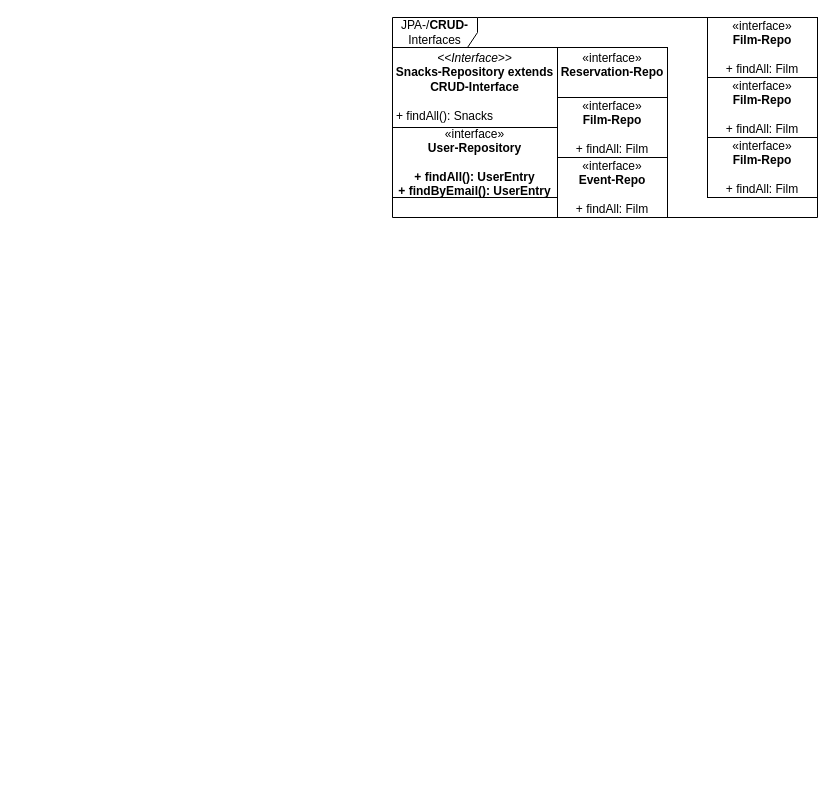
Before: src/main/asciidoc/models/design/packagediagramm/PackageDiagram.drawio in Leonard0108/Anwendungsprogrammierung, a draw.io diagram. Source tidied: cells renumbered, new cells numbered last; positions are measured from the earlier drawing's top-left corner, leaving out a move shared by most shapes. Both pictures are drawn from the tidied source at 100%, with x=0, y=0 at pixel (392, 17).
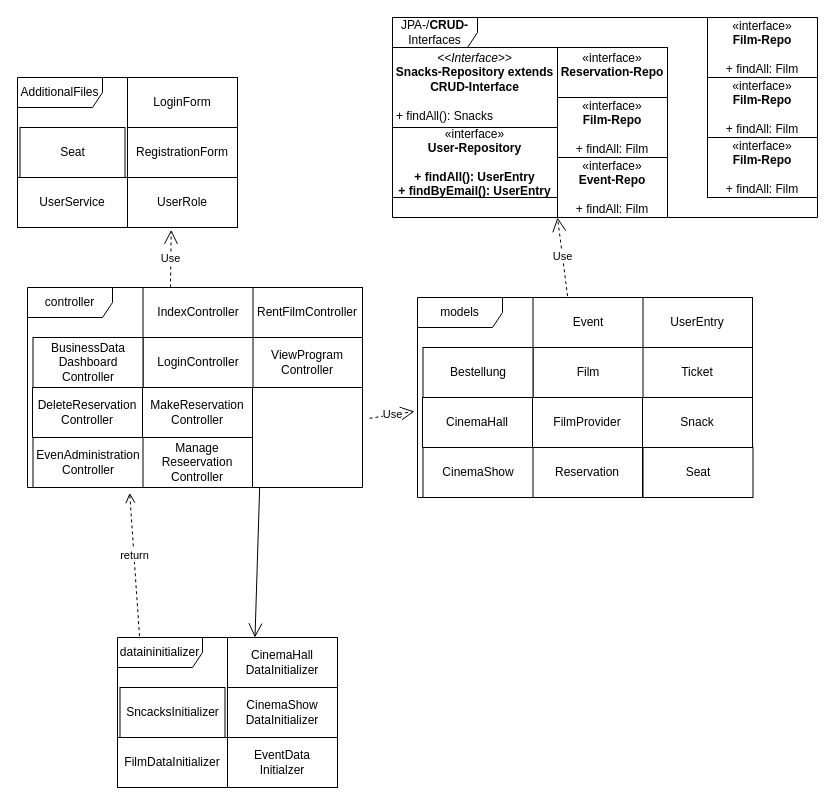
The same page after the edit.

Commit message:
Grobe Überarbeitung um auch alle Daten bei der Anmeldung aufnehmen zu können. Jetzt weitergehen um auch einen Login machen zu können.

The change refers to these unchanged cells:
```xml
<mxCell id="7" value="«interface»&lt;br&gt;&lt;b&gt;Event-Repo&lt;br&gt;&lt;/b&gt;&lt;br&gt;+ findAll: Film" style="html=1;whiteSpace=wrap;" parent="1" vertex="1">
  <mxGeometry x="165" y="140" width="110" height="60" as="geometry" />
</mxCell>
```

The edit, as a diff of the source:
```diff
@@
+    <mxCell id="12" value="models" style="shape=umlFrame;whiteSpace=wrap;html=1;width=85;height=30;" parent="1" vertex="1">
+      <mxGeometry x="25" y="280" width="335" height="200" as="geometry" />
+    </mxCell>
+    <mxCell id="13" value="UserEntry" style="html=1;whiteSpace=wrap;" parent="1" vertex="1">
+      <mxGeometry x="250" y="280" width="110" height="50" as="geometry" />
+    </mxCell>
+    <mxCell id="14" value="Ticket" style="html=1;whiteSpace=wrap;" parent="1" vertex="1">
+      <mxGeometry x="250" y="330" width="110" height="50" as="geometry" />
+    </mxCell>
+    <mxCell id="15" value="Snack" style="html=1;whiteSpace=wrap;" parent="1" vertex="1">
+      <mxGeometry x="250" y="380" width="110" height="50" as="geometry" />
+    </mxCell>
+    <mxCell id="16" value="FilmProvider" style="html=1;whiteSpace=wrap;" parent="1" vertex="1">
+      <mxGeometry x="140" y="380" width="110" height="50" as="geometry" />
+    </mxCell>
+    <mxCell id="17" value="Film" style="html=1;whiteSpace=wrap;" parent="1" vertex="1">
+      <mxGeometry x="140.5" y="330" width="110" height="50" as="geometry" />
+    </mxCell>
+    <mxCell id="18" value="Event" style="html=1;whiteSpace=wrap;" parent="1" vertex="1">
+      <mxGeometry x="140.5" y="280" width="110" height="50" as="geometry" />
+    </mxCell>
+    <mxCell id="19" value="Bestellung" style="html=1;whiteSpace=wrap;" parent="1" vertex="1">
+      <mxGeometry x="30.5" y="330" width="110" height="50" as="geometry" />
+    </mxCell>
+    <mxCell id="20" value="CinemaHall" style="html=1;whiteSpace=wrap;" parent="1" vertex="1">
+      <mxGeometry x="30" y="380" width="110" height="50" as="geometry" />
+    </mxCell>
+    <mxCell id="21" value="Reservation" style="html=1;whiteSpace=wrap;" parent="1" vertex="1">
+      <mxGeometry x="140" y="430" width="110" height="50" as="geometry" />
+    </mxCell>
+    <mxCell id="22" value="Seat" style="html=1;whiteSpace=wrap;" parent="1" vertex="1">
+      <mxGeometry x="250.5" y="430" width="110" height="50" as="geometry" />
+    </mxCell>
+    <mxCell id="23" value="CinemaShow" style="html=1;whiteSpace=wrap;" parent="1" vertex="1">
+      <mxGeometry x="30.5" y="430" width="110" height="50" as="geometry" />
+    </mxCell>
+    <mxCell id="24" value="Use" style="endArrow=open;endSize=12;dashed=1;html=1;rounded=0;exitX=0.448;exitY=-0.007;exitDx=0;exitDy=0;exitPerimeter=0;entryX=0;entryY=1;entryDx=0;entryDy=0;" parent="1" edge="1" source="12" target="7">
+      <mxGeometry relative="1" as="geometry" />
+    </mxCell>
+    <mxCell id="25" value="AdditionalFiles" style="shape=umlFrame;whiteSpace=wrap;html=1;width=85;height=30;" parent="1" vertex="1">
+      <mxGeometry x="-375" y="60" width="220" height="150" as="geometry" />
+    </mxCell>
+    <mxCell id="26" value="LoginForm" style="html=1;whiteSpace=wrap;" parent="1" vertex="1">
+      <mxGeometry x="-265" y="60" width="110" height="50" as="geometry" />
+    </mxCell>
+    <mxCell id="27" value="Seat" style="html=1;whiteSpace=wrap;" parent="1" vertex="1">
+      <mxGeometry x="-372.5" y="110" width="105" height="50" as="geometry" />
+    </mxCell>
+    <mxCell id="28" value="UserService" style="html=1;whiteSpace=wrap;" parent="1" vertex="1">
+      <mxGeometry x="-375" y="160" width="110" height="50" as="geometry" />
+    </mxCell>
+    <mxCell id="29" value="RegistrationForm" style="html=1;whiteSpace=wrap;" parent="1" vertex="1">
+      <mxGeometry x="-265" y="110" width="110" height="50" as="geometry" />
+    </mxCell>
+    <mxCell id="30" value="UserRole" style="html=1;whiteSpace=wrap;" parent="1" vertex="1">
+      <mxGeometry x="-265" y="160" width="110" height="50" as="geometry" />
+    </mxCell>
+    <mxCell id="31" value="dataininitializer" style="shape=umlFrame;whiteSpace=wrap;html=1;width=85;height=30;" parent="1" vertex="1">
+      <mxGeometry x="-275" y="620" width="220" height="150" as="geometry" />
+    </mxCell>
+    <mxCell id="32" value="CinemaHall&lt;br&gt;DataInitializer" style="html=1;whiteSpace=wrap;" parent="1" vertex="1">
+      <mxGeometry x="-165" y="620" width="110" height="50" as="geometry" />
+    </mxCell>
+    <mxCell id="33" value="SncacksInitializer" style="html=1;whiteSpace=wrap;" parent="1" vertex="1">
+      <mxGeometry x="-272.5" y="670" width="105" height="50" as="geometry" />
+    </mxCell>
+    <mxCell id="34" value="FilmDataInitializer" style="html=1;whiteSpace=wrap;" parent="1" vertex="1">
+      <mxGeometry x="-275" y="720" width="110" height="50" as="geometry" />
+    </mxCell>
+    <mxCell id="35" value="CinemaShow&lt;br&gt;DataInitializer" style="html=1;whiteSpace=wrap;" parent="1" vertex="1">
+      <mxGeometry x="-165" y="670" width="110" height="50" as="geometry" />
+    </mxCell>
+    <mxCell id="36" value="EventData&lt;br&gt;Initialzer" style="html=1;whiteSpace=wrap;" parent="1" vertex="1">
+      <mxGeometry x="-165" y="720" width="110" height="50" as="geometry" />
+    </mxCell>
+    <mxCell id="37" value="controller" style="shape=umlFrame;whiteSpace=wrap;html=1;width=85;height=30;" parent="1" vertex="1">
+      <mxGeometry x="-365" y="270" width="335" height="200" as="geometry" />
+    </mxCell>
+    <mxCell id="38" value="RentFilmController" style="html=1;whiteSpace=wrap;" parent="1" vertex="1">
+      <mxGeometry x="-140" y="270" width="110" height="50" as="geometry" />
+    </mxCell>
+    <mxCell id="39" value="ViewProgram&lt;br&gt;Controller" style="html=1;whiteSpace=wrap;" parent="1" vertex="1">
+      <mxGeometry x="-140" y="320" width="110" height="50" as="geometry" />
+    </mxCell>
+    <mxCell id="40" value="MakeReservation&lt;br&gt;Controller" style="html=1;whiteSpace=wrap;" parent="1" vertex="1">
+      <mxGeometry x="-250" y="370" width="110" height="50" as="geometry" />
+    </mxCell>
+    <mxCell id="41" value="LoginController" style="html=1;whiteSpace=wrap;" parent="1" vertex="1">
+      <mxGeometry x="-249.5" y="320" width="110" height="50" as="geometry" />
+    </mxCell>
+    <mxCell id="42" value="IndexController" style="html=1;whiteSpace=wrap;" parent="1" vertex="1">
+      <mxGeometry x="-249.5" y="270" width="110" height="50" as="geometry" />
+    </mxCell>
+    <mxCell id="43" value="BusinessData&lt;br&gt;Dashboard&lt;br&gt;Controller" style="html=1;whiteSpace=wrap;" parent="1" vertex="1">
+      <mxGeometry x="-359.5" y="320" width="110" height="50" as="geometry" />
+    </mxCell>
+    <mxCell id="44" value="DeleteReservation&lt;br&gt;Controller" style="html=1;whiteSpace=wrap;" parent="1" vertex="1">
+      <mxGeometry x="-360" y="370" width="110" height="50" as="geometry" />
+    </mxCell>
+    <mxCell id="45" value="Manage&lt;br&gt;Reseervation&lt;br&gt;Controller" style="html=1;whiteSpace=wrap;" parent="1" vertex="1">
+      <mxGeometry x="-250" y="420" width="110" height="50" as="geometry" />
+    </mxCell>
+    <mxCell id="46" value="EvenAdministration Controller" style="html=1;whiteSpace=wrap;" parent="1" vertex="1">
+      <mxGeometry x="-359.5" y="420" width="110" height="50" as="geometry" />
+    </mxCell>
+    <mxCell id="47" value="return" style="html=1;verticalAlign=bottom;endArrow=open;dashed=1;endSize=8;curved=0;rounded=0;entryX=0.305;entryY=1.027;entryDx=0;entryDy=0;entryPerimeter=0;exitX=0.1;exitY=-0.009;exitDx=0;exitDy=0;exitPerimeter=0;" parent="1" edge="1" source="31" target="37">
+      <mxGeometry relative="1" as="geometry" />
+    </mxCell>
+    <mxCell id="48" style="endArrow=open;endFill=1;endSize=12;html=1;rounded=0;exitX=0.693;exitY=1.002;exitDx=0;exitDy=0;exitPerimeter=0;entryX=0.25;entryY=0;entryDx=0;entryDy=0;" parent="1" edge="1" source="37" target="32">
+      <mxGeometry relative="1" as="geometry" />
+    </mxCell>
+    <mxCell id="49" value="Use" style="endArrow=open;endSize=12;dashed=1;html=1;rounded=0;exitX=0.25;exitY=0;exitDx=0;exitDy=0;entryX=0.397;entryY=1.047;entryDx=0;entryDy=0;entryPerimeter=0;" parent="1" edge="1" source="42" target="30">
+      <mxGeometry relative="1" as="geometry" />
+    </mxCell>
+    <mxCell id="50" value="Use" style="endArrow=open;endSize=12;dashed=1;html=1;rounded=0;exitX=1.021;exitY=0.654;exitDx=0;exitDy=0;entryX=-0.009;entryY=0.57;entryDx=0;entryDy=0;entryPerimeter=0;exitPerimeter=0;" parent="1" edge="1" source="37" target="12">
+      <mxGeometry relative="1" as="geometry" />
+    </mxCell>
```
